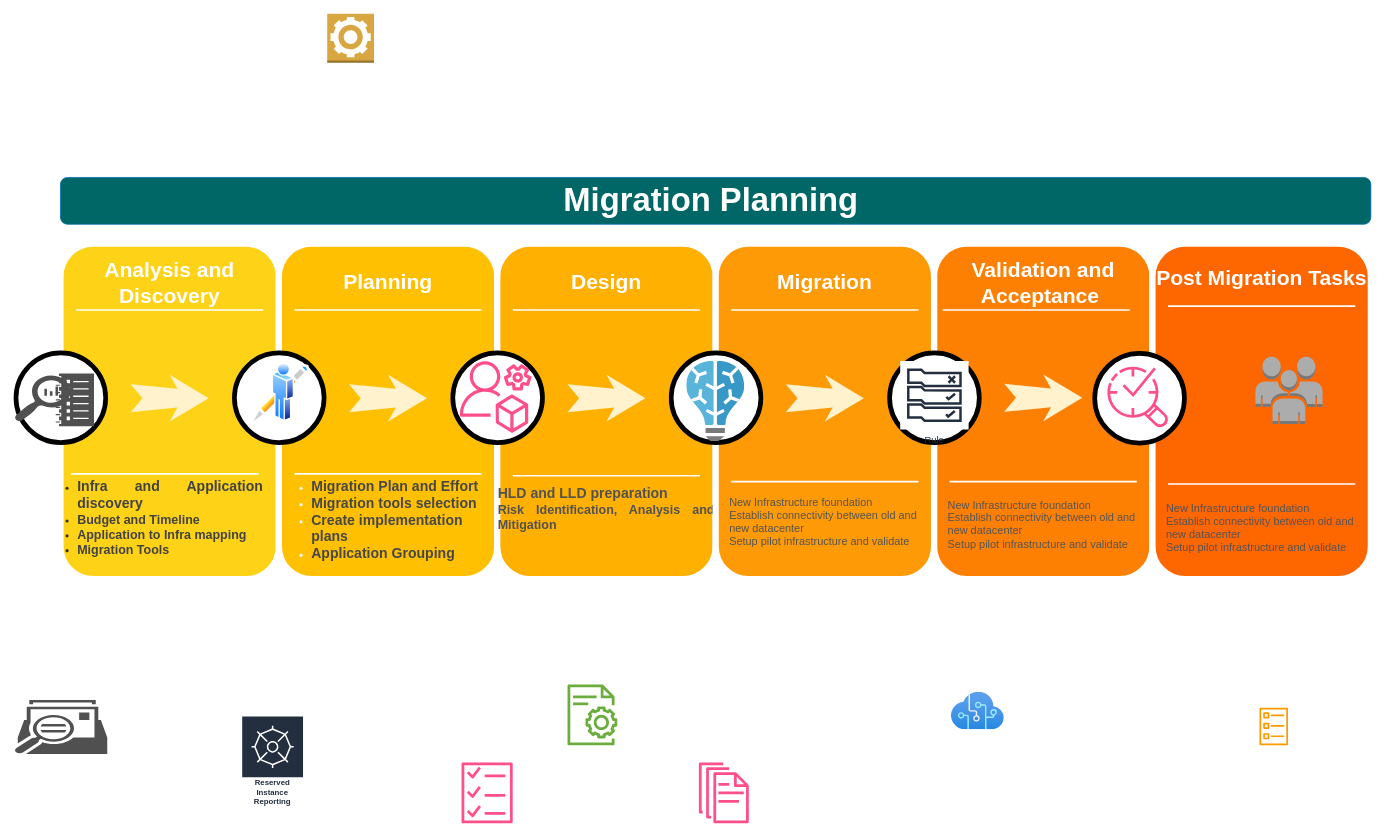
bktechtalk/challenge keeps this draw.io diagram as Untitled Diagram.drawio. Above is the earlier version. Source tidied: cells renumbered, new cells numbered last; positions are measured from the earlier drawing's top-left corner, leaving out a move shared by most shapes. Both pictures are drawn from the tidied source at 78%, with x=0, y=0 at pixel (14, 13).
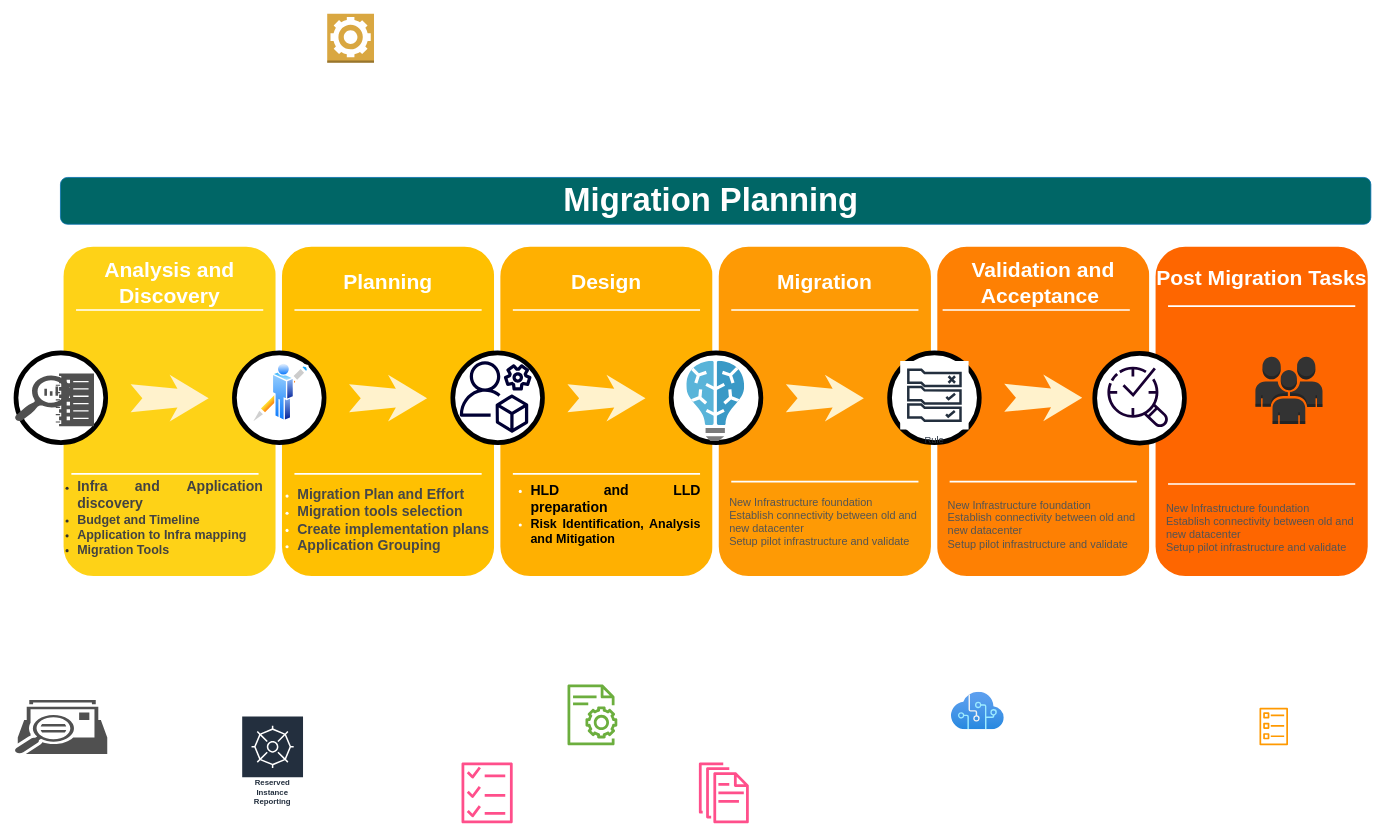
After the change.

What changed in the source:
```diff
@@
     <mxCell id="13" value="&lt;ul&gt;&lt;li&gt;&lt;b style=&quot;font-size: 18px&quot;&gt;&lt;font color=&quot;#474747&quot;&gt;Migration Plan and Effort&amp;nbsp;&lt;/font&gt;&lt;/b&gt;&lt;/li&gt;&lt;li&gt;&lt;b style=&quot;font-size: 18px&quot;&gt;&lt;font color=&quot;#474747&quot;&gt;Migration tools selection&lt;/font&gt;&lt;/b&gt;&lt;/li&gt;&lt;li&gt;&lt;b style=&quot;font-size: 18px&quot;&gt;&lt;font color=&quot;#474747&quot;&gt;Create implementation plans&lt;/font&gt;&lt;/b&gt;&lt;/li&gt;&lt;li&gt;&lt;b style=&quot;font-size: 18px&quot;&gt;&lt;font color=&quot;#474747&quot;&gt;Application Grouping&amp;nbsp;&amp;nbsp;&lt;/font&gt;&lt;/b&gt;&lt;/li&gt;&lt;/ul&gt;" style="text;html=1;strokeColor=none;fillColor=none;align=left;verticalAlign=middle;whiteSpace=wrap;rounded=0;shadow=0;fontSize=14;fontColor=#FFFFFF;" parent="1" vertex="1">
-      <mxGeometry x="339" y="605" width="280" height="90" as="geometry" />
+      <mxGeometry x="321" y="605" width="298" height="90" as="geometry" />
     </mxCell>
@@
-    <mxCell id="20" value="&lt;div style=&quot;text-align: justify&quot;&gt;&lt;font style=&quot;font-size: 18px&quot; color=&quot;#525252&quot;&gt;&lt;b&gt;&lt;font&gt;HLD and LLD &lt;/font&gt;preparation&lt;font&gt;&amp;nbsp;&lt;/font&gt;&lt;/b&gt;&lt;/font&gt;&lt;/div&gt;&lt;div style=&quot;text-align: justify&quot;&gt;&lt;font size=&quot;3&quot; color=&quot;#525252&quot;&gt;&lt;b&gt;Risk Identification, Analysis and Mitigation&amp;nbsp;&lt;/b&gt;&lt;/font&gt;&lt;/div&gt;&lt;div&gt;&lt;font color=&quot;#575757&quot;&gt;&lt;br&gt;&lt;/font&gt;&lt;/div&gt;" style="text;html=1;strokeColor=none;fillColor=none;align=center;verticalAlign=middle;whiteSpace=wrap;rounded=0;shadow=0;fontSize=14;fontColor=#FFFFFF;" parent="1" vertex="1">
-      <mxGeometry x="619" y="598" width="280" height="90" as="geometry" />
+    <mxCell id="20" value="&lt;div style=&quot;text-align: justify&quot;&gt;&lt;ul&gt;&lt;li&gt;&lt;font style=&quot;font-size: 18px&quot; color=&quot;#000000&quot;&gt;&lt;b&gt;&lt;font&gt;HLD and LLD &lt;/font&gt;preparation&lt;font&gt;&amp;nbsp;&lt;/font&gt;&lt;/b&gt;&lt;/font&gt;&lt;/li&gt;&lt;li&gt;&lt;font size=&quot;3&quot; color=&quot;#000000&quot;&gt;&lt;b&gt;Risk Identification, Analysis and Mitigation&amp;nbsp;&lt;/b&gt;&lt;/font&gt;&lt;/li&gt;&lt;/ul&gt;&lt;/div&gt;&lt;div&gt;&lt;font color=&quot;#575757&quot;&gt;&lt;br&gt;&lt;/font&gt;&lt;/div&gt;" style="text;html=1;strokeColor=none;fillColor=none;align=center;verticalAlign=middle;whiteSpace=wrap;rounded=0;shadow=0;fontSize=14;fontColor=#FFFFFF;" parent="1" vertex="1">
+      <mxGeometry x="621" y="605" width="260" height="90" as="geometry" />
     </mxCell>
@@
     <mxCell id="22" style="line;strokeWidth=2;html=1;rounded=0;shadow=0;fontSize=27;align=center;fillColor=none;strokeColor=#FFFFFF;" parent="1" vertex="1">
-      <mxGeometry x="639" y="590" width="240" height="5" as="geometry" />
+      <mxGeometry x="639" y="587.5" width="240" height="5" as="geometry" />
     </mxCell>
@@
-    <mxCell id="52" style="sketch=0;fontColor=#232F3E;gradientColor=none;fillColor=#FF4F8B;strokeColor=none;dashed=0;verticalLabelPosition=bottom;verticalAlign=top;align=center;html=1;fontSize=12;fontStyle=0;shape=mxgraph.aws4.systems_manager_opscenter;" parent="1" vertex="1">
+    <mxCell id="52" style="sketch=0;fontColor=#232F3E;gradientColor=none;strokeColor=none;dashed=0;verticalLabelPosition=bottom;verticalAlign=top;align=center;html=1;fontSize=12;fontStyle=0;shape=mxgraph.aws4.systems_manager_opscenter;fillColor=#190033;" parent="1" vertex="1">
       <mxGeometry x="1401" y="451" width="79" height="79" as="geometry" />
     </mxCell>
@@
-    <mxCell id="55" style="sketch=0;html=1;align=center;image;fontSize=12;image=img/lib/mscae/Batch_AI.svg;fontColor=#333333;fillColor=#006666;" parent="1" vertex="1">
+    <mxCell id="55" style="sketch=0;html=1;align=center;image;fontSize=12;image=img/lib/mscae/Batch_AI.svg;fillColor=#006666;fontColor=#333333;" parent="1" vertex="1">
       <mxGeometry x="861.9" y="445.4" width="74.2" height="103" as="geometry" />
     </mxCell>
@@
-    <mxCell id="58" style="sketch=0;fontColor=#232F3E;gradientColor=none;fillColor=#FF4F8B;strokeColor=none;dashed=0;verticalLabelPosition=bottom;verticalAlign=top;align=center;html=1;fontSize=12;fontStyle=0;shape=mxgraph.aws4.organizations_management_account;" parent="1" vertex="1">
+    <mxCell id="58" style="sketch=0;fontColor=#232F3E;gradientColor=none;strokeColor=none;dashed=0;verticalLabelPosition=bottom;verticalAlign=top;align=center;html=1;fontSize=12;fontStyle=0;shape=mxgraph.aws4.organizations_management_account;fillColor=#000033;" parent="1" vertex="1">
       <mxGeometry x="571" y="443" width="92.1" height="97" as="geometry" />
     </mxCell>
-    <mxCell id="59" style="dashed=0;verticalLabelPosition=bottom;verticalAlign=top;align=center;html=1;shape=mxgraph.aws3.users;fillColor=#ACACAC;gradientColor=none;fontColor=#333333;" parent="1" vertex="1">
+    <mxCell id="59" style="dashed=0;verticalLabelPosition=bottom;verticalAlign=top;align=center;html=1;shape=mxgraph.aws3.users;gradientColor=none;fontColor=#333333;fillColor=#333333;" parent="1" vertex="1">
       <mxGeometry x="1591" y="440" width="86" height="86" as="geometry" />
     </mxCell>
```
